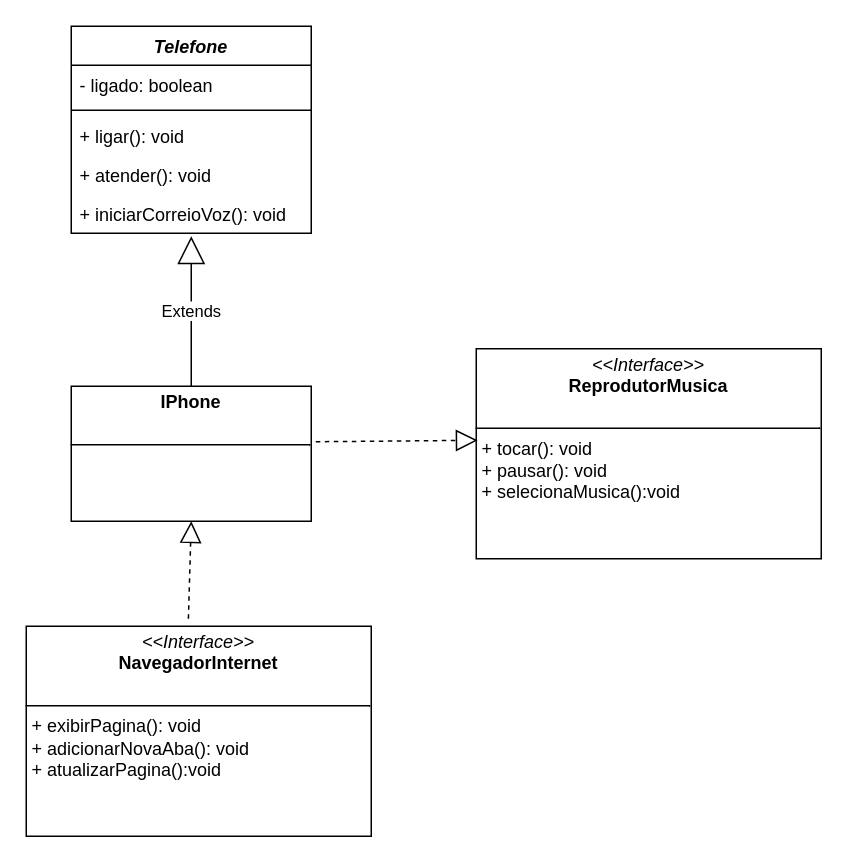
This is desafio-Iphone/desafio-iphone.drawio from PedroWeb80/fundamentosjava, a draw.io file, before an edit. Source tidied: cells renumbered, new cells numbered last; positions are measured from the earlier drawing's top-left corner, leaving out a move shared by most shapes. Both pictures are drawn from the tidied source at 150%, with x=0, y=0 at pixel (26, 26).
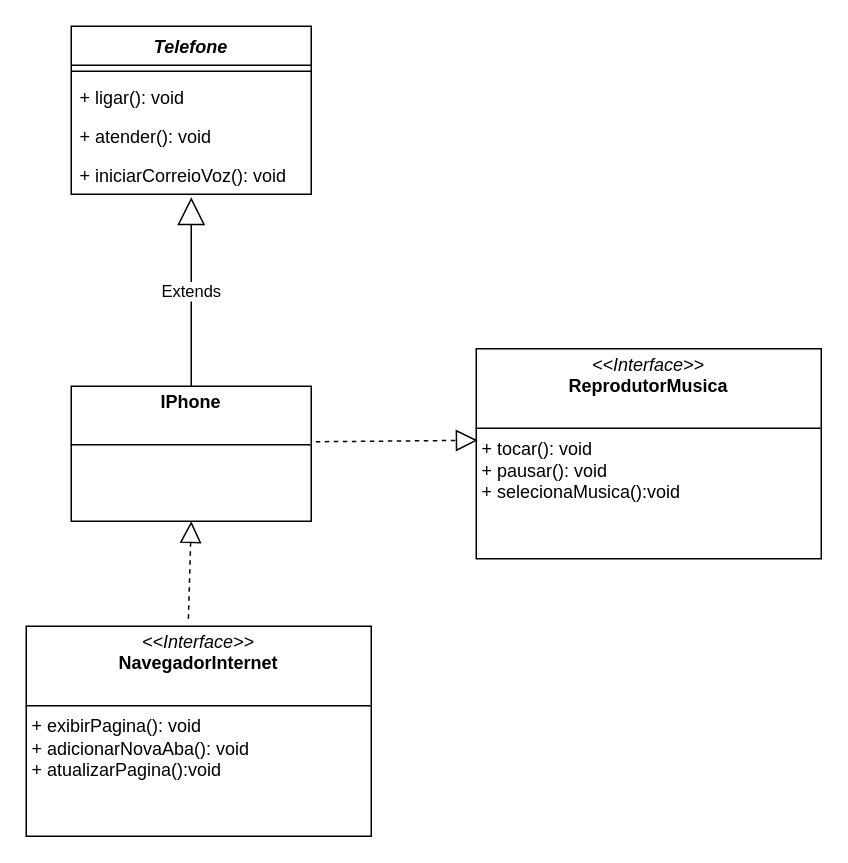
The same diagram, later.

The edit, as a diff of the source:
```diff
@@
 <mxGraphModel>
   <root>
     <mxCell id="0" />
     <mxCell id="1" parent="0" />
     <mxCell id="2" value="&lt;i&gt;Telefone&lt;/i&gt;" style="swimlane;fontStyle=1;align=center;verticalAlign=top;horizontal=1;startSize=26;whiteSpace=wrap;html=1;" parent="1" vertex="1">
-      <mxGeometry x="30" width="160" height="138" as="geometry" />
+      <mxGeometry x="30" width="160" height="112" as="geometry" />
     </mxCell>
-    <mxCell id="3" value="- ligado: boolean" style="text;strokeColor=none;fillColor=none;align=left;verticalAlign=top;spacingLeft=4;spacingRight=4;overflow=hidden;whiteSpace=wrap;html=1;" parent="2" vertex="1">
-      <mxGeometry y="26" width="160" height="26" as="geometry" />
-    </mxCell>
     <mxCell id="4" style="line;strokeWidth=1;fillColor=none;align=left;verticalAlign=middle;spacingTop=-1;spacingLeft=3;spacingRight=3;labelPosition=right;strokeColor=inherit;" parent="2" vertex="1">
-      <mxGeometry y="52" width="160" height="8" as="geometry" />
+      <mxGeometry y="26" width="160" height="8" as="geometry" />
     </mxCell>
     <mxCell id="5" value="+ ligar(): void" style="text;strokeColor=none;fillColor=none;align=left;verticalAlign=top;spacingLeft=4;spacingRight=4;overflow=hidden;whiteSpace=wrap;html=1;" parent="2" vertex="1">
-      <mxGeometry y="60" width="160" height="26" as="geometry" />
+      <mxGeometry y="34" width="160" height="26" as="geometry" />
     </mxCell>
     <mxCell id="6" value="+ atender(): void" style="text;strokeColor=none;fillColor=none;align=left;verticalAlign=top;spacingLeft=4;spacingRight=4;overflow=hidden;whiteSpace=wrap;html=1;" parent="2" vertex="1">
-      <mxGeometry y="86" width="160" height="26" as="geometry" />
+      <mxGeometry y="60" width="160" height="26" as="geometry" />
     </mxCell>
     <mxCell id="7" value="+ iniciarCorreioVoz(): void" style="text;strokeColor=none;fillColor=none;align=left;verticalAlign=top;spacingLeft=4;spacingRight=4;overflow=hidden;points=[[0,0.5],[1,0.5]];portConstraint=eastwest;whiteSpace=wrap;html=1;" parent="2" vertex="1">
-      <mxGeometry y="112" width="160" height="26" as="geometry" />
+      <mxGeometry y="86" width="160" height="26" as="geometry" />
     </mxCell>
     <mxCell id="8" value="&lt;p style=&quot;margin:0px;margin-top:4px;text-align:center;&quot;&gt;&lt;b&gt;IPhone&lt;/b&gt;&lt;/p&gt;&lt;p style=&quot;margin:0px;margin-left:4px;&quot;&gt;&lt;br&gt;&lt;/p&gt;&lt;hr size=&quot;1&quot; style=&quot;border-style:solid;&quot;&gt;&lt;p style=&quot;margin:0px;margin-left:4px;&quot;&gt;&lt;br&gt;&lt;/p&gt;" style="verticalAlign=top;align=left;overflow=fill;html=1;whiteSpace=wrap;" parent="1" vertex="1">
       <mxGeometry x="30" y="240" width="160" height="90" as="geometry" />
     </mxCell>
     <mxCell id="9" value="Extends" style="endArrow=block;endSize=16;endFill=0;html=1;rounded=0;exitX=0.5;exitY=0;exitDx=0;exitDy=0;entryX=0.5;entryY=1.077;entryDx=0;entryDy=0;entryPerimeter=0;" parent="1" edge="1" source="8" target="7">
       <mxGeometry relative="1" as="geometry" />
     </mxCell>
     <mxCell id="10" value="&lt;p style=&quot;margin:0px;margin-top:4px;text-align:center;&quot;&gt;&lt;i&gt;&amp;lt;&amp;lt;Interface&amp;gt;&amp;gt;&lt;/i&gt;&lt;br&gt;&lt;b&gt;ReprodutorMusica&lt;/b&gt;&lt;/p&gt;&lt;p style=&quot;margin:0px;margin-left:4px;&quot;&gt;&lt;br&gt;&lt;/p&gt;&lt;hr size=&quot;1&quot; style=&quot;border-style:solid;&quot;&gt;&lt;p style=&quot;margin:0px;margin-left:4px;&quot;&gt;+ tocar(): void&lt;br&gt;+ pausar(): void&lt;/p&gt;&lt;p style=&quot;margin:0px;margin-left:4px;&quot;&gt;+ selecionaMusica():void&lt;/p&gt;" style="verticalAlign=top;align=left;overflow=fill;html=1;whiteSpace=wrap;" parent="1" vertex="1">
       <mxGeometry x="300" y="215" width="230" height="140" as="geometry" />
     </mxCell>
     <mxCell id="11" style="endArrow=block;dashed=1;endFill=0;endSize=12;html=1;rounded=0;exitX=1.019;exitY=0.411;exitDx=0;exitDy=0;exitPerimeter=0;entryX=0.004;entryY=0.436;entryDx=0;entryDy=0;entryPerimeter=0;" parent="1" edge="1" source="8" target="10">
       <mxGeometry relative="1" as="geometry" />
     </mxCell>
     <mxCell id="12" value="&lt;p style=&quot;margin:0px;margin-top:4px;text-align:center;&quot;&gt;&lt;i&gt;&amp;lt;&amp;lt;Interface&amp;gt;&amp;gt;&lt;/i&gt;&lt;br&gt;&lt;b&gt;NavegadorInternet&lt;/b&gt;&lt;/p&gt;&lt;p style=&quot;margin:0px;margin-left:4px;&quot;&gt;&lt;br&gt;&lt;/p&gt;&lt;hr size=&quot;1&quot; style=&quot;border-style:solid;&quot;&gt;&lt;p style=&quot;margin:0px;margin-left:4px;&quot;&gt;+ exibirPagina(): void&lt;br&gt;+ adicionarNovaAba(): void&lt;/p&gt;&lt;p style=&quot;margin:0px;margin-left:4px;&quot;&gt;+ atualizarPagina():void&lt;/p&gt;" style="verticalAlign=top;align=left;overflow=fill;html=1;whiteSpace=wrap;" parent="1" vertex="1">
       <mxGeometry y="400" width="230" height="140" as="geometry" />
     </mxCell>
     <mxCell id="13" style="endArrow=block;dashed=1;endFill=0;endSize=12;html=1;rounded=0;exitX=0.47;exitY=-0.036;exitDx=0;exitDy=0;exitPerimeter=0;entryX=0.5;entryY=1;entryDx=0;entryDy=0;" parent="1" edge="1" source="12" target="8">
       <mxGeometry relative="1" as="geometry" />
     </mxCell>
   </root>
 </mxGraphModel>
```
